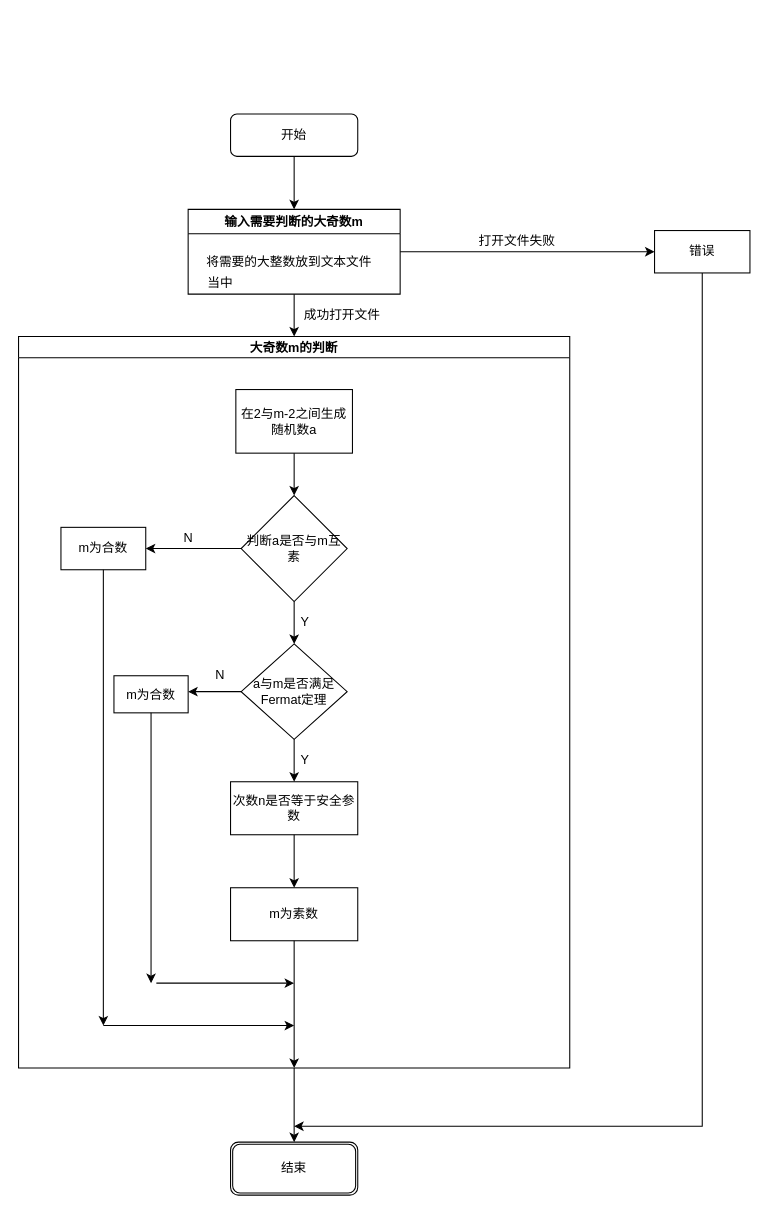
Earlier version of the draw.io diagram Untitled Diagram.drawio (Zoneyoki/Test). Source tidied: cells renumbered, new cells numbered last; positions are measured from the earlier drawing's top-left corner, leaving out a move shared by most shapes. Both pictures are drawn from the tidied source at 106%, with x=0, y=0 at pixel (18, 113).
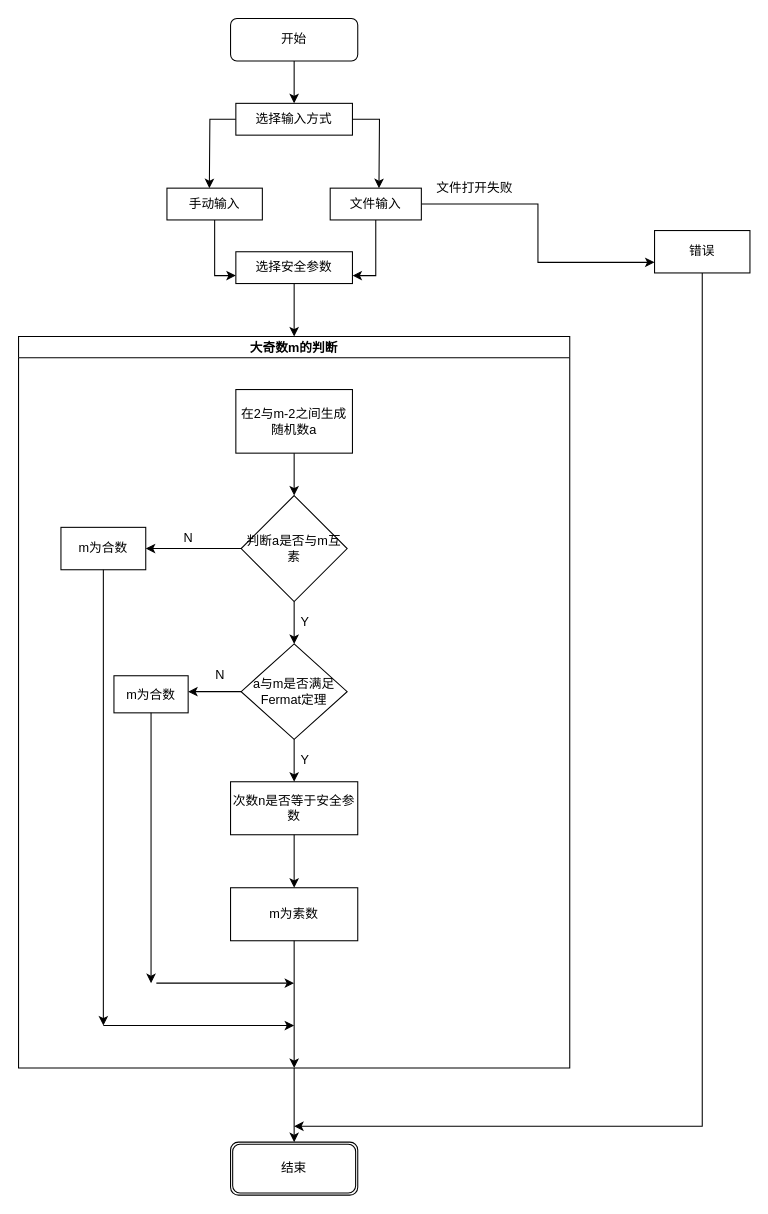
Above is the later version.

The change refers to these unchanged cells:
```xml
<mxCell id="10" value="大奇数m的判断" style="swimlane;startSize=20;" parent="1" vertex="1">
  <mxGeometry y="210" width="520" height="690" as="geometry" />
</mxCell>
<mxCell id="37" value="错误" style="whiteSpace=wrap;html=1;" parent="1" vertex="1">
  <mxGeometry x="600" y="110" width="90" height="40" as="geometry" />
</mxCell>
```

The edit, as a diff of the source:
```diff
@@
-    <mxCell id="2" style="edgeStyle=orthogonalEdgeStyle;rounded=0;jettySize=auto;html=1;exitX=0.5;exitY=1;exitDx=0;exitDy=0;entryX=0.5;entryY=0;entryDx=0;entryDy=0;" parent="1" edge="1" source="3">
+    <mxCell id="2" style="edgeStyle=orthogonalEdgeStyle;rounded=0;jettySize=auto;html=1;exitX=0.5;exitY=1;exitDx=0;exitDy=0;" parent="1" edge="1" source="3">
       <mxGeometry relative="1" as="geometry">
-        <mxPoint x="260" y="90" as="targetPoint" />
+        <mxPoint x="260" y="-10" as="targetPoint" />
+        <Array as="points">
+          <mxPoint x="260" y="-20" />
+          <mxPoint x="260" y="-20" />
+        </Array>
       </mxGeometry>
     </mxCell>
     <mxCell id="3" value="开始" style="rounded=1;whiteSpace=wrap;html=1;" parent="1" vertex="1">
-      <mxGeometry x="200" width="120" height="40" as="geometry" />
+      <mxGeometry x="200" y="-90" width="120" height="40" as="geometry" />
     </mxCell>
-    <mxCell id="4" style="edgeStyle=orthogonalEdgeStyle;rounded=0;jettySize=auto;html=1;exitX=0.5;exitY=1;exitDx=0;exitDy=0;" parent="1" edge="1" source="6">
-      <mxGeometry relative="1" as="geometry">
-        <mxPoint x="260" y="210" as="targetPoint" />
-      </mxGeometry>
-    </mxCell>
-    <mxCell id="5" style="edgeStyle=orthogonalEdgeStyle;rounded=0;jettySize=auto;html=1;exitX=1;exitY=0.5;exitDx=0;exitDy=0;" parent="1" edge="1" source="6">
-      <mxGeometry relative="1" as="geometry">
-        <mxPoint x="600" y="130" as="targetPoint" />
-      </mxGeometry>
-    </mxCell>
-    <mxCell id="6" value="输入需要判断的大奇数m" style="swimlane;" parent="1" vertex="1">
-      <mxGeometry x="160" y="90" width="200" height="80" as="geometry" />
-    </mxCell>
-    <mxCell id="7" value="将需要的大整数放到文本文件" style="text;html=1;align=center;verticalAlign=middle;" parent="6" vertex="1">
-      <mxGeometry x="10" y="40" width="170" height="20" as="geometry" />
-    </mxCell>
-    <mxCell id="8" value="当中" style="text;html=1;align=center;verticalAlign=middle;" parent="1" vertex="1">
-      <mxGeometry x="170" y="150" width="40" height="20" as="geometry" />
-    </mxCell>
@@
-    <mxCell id="34" value="成功打开文件" style="text;html=1;align=center;verticalAlign=middle;" parent="1" vertex="1">
-      <mxGeometry x="260" y="180" width="90" height="20" as="geometry" />
-    </mxCell>
-    <mxCell id="35" value="打开文件失败" style="text;html=1;align=center;verticalAlign=middle;" parent="1" vertex="1">
-      <mxGeometry x="425" y="110" width="90" height="20" as="geometry" />
-    </mxCell>
@@
+    <mxCell id="38" style="edgeStyle=orthogonalEdgeStyle;rounded=0;jettySize=auto;html=1;" parent="1" edge="1" source="40">
+      <mxGeometry relative="1" as="geometry">
+        <mxPoint x="180" y="70" as="targetPoint" />
+      </mxGeometry>
+    </mxCell>
+    <mxCell id="39" style="edgeStyle=orthogonalEdgeStyle;rounded=0;jettySize=auto;html=1;exitX=1;exitY=0.5;exitDx=0;exitDy=0;" parent="1" edge="1" source="40">
+      <mxGeometry relative="1" as="geometry">
+        <mxPoint x="340" y="70" as="targetPoint" />
+      </mxGeometry>
+    </mxCell>
+    <mxCell id="40" value="选择输入方式" style="rounded=0;whiteSpace=wrap;html=1;" parent="1" vertex="1">
+      <mxGeometry x="205" y="-10" width="110" height="30" as="geometry" />
+    </mxCell>
+    <mxCell id="41" style="edgeStyle=orthogonalEdgeStyle;rounded=0;jettySize=auto;html=1;exitX=0.5;exitY=1;exitDx=0;exitDy=0;entryX=0;entryY=0.75;entryDx=0;entryDy=0;" parent="1" edge="1" source="42" target="47">
+      <mxGeometry relative="1" as="geometry" />
+    </mxCell>
+    <mxCell id="42" value="手动输入" style="rounded=0;whiteSpace=wrap;html=1;" parent="1" vertex="1">
+      <mxGeometry x="140" y="70" width="90" height="30" as="geometry" />
+    </mxCell>
+    <mxCell id="43" style="edgeStyle=orthogonalEdgeStyle;rounded=0;jettySize=auto;html=1;entryX=1;entryY=0.75;entryDx=0;entryDy=0;" parent="1" edge="1" source="45" target="47">
+      <mxGeometry relative="1" as="geometry" />
+    </mxCell>
+    <mxCell id="44" style="edgeStyle=orthogonalEdgeStyle;rounded=0;jettySize=auto;html=1;exitX=1;exitY=0.5;exitDx=0;exitDy=0;entryX=0;entryY=0.75;entryDx=0;entryDy=0;" parent="1" edge="1" source="45" target="37">
+      <mxGeometry relative="1" as="geometry" />
+    </mxCell>
+    <mxCell id="45" value="文件输入" style="rounded=0;whiteSpace=wrap;html=1;" parent="1" vertex="1">
+      <mxGeometry x="294" y="70" width="86" height="30" as="geometry" />
+    </mxCell>
+    <mxCell id="46" style="edgeStyle=orthogonalEdgeStyle;rounded=0;jettySize=auto;html=1;" parent="1" edge="1" source="47" target="10">
+      <mxGeometry relative="1" as="geometry" />
+    </mxCell>
+    <mxCell id="47" value="选择安全参数" style="rounded=0;whiteSpace=wrap;html=1;" parent="1" vertex="1">
+      <mxGeometry x="205" y="130" width="110" height="30" as="geometry" />
+    </mxCell>
+    <mxCell id="48" value="文件打开失败" style="text;html=1;align=center;verticalAlign=middle;" parent="1" vertex="1">
+      <mxGeometry x="385" y="60" width="90" height="20" as="geometry" />
+    </mxCell>
```
